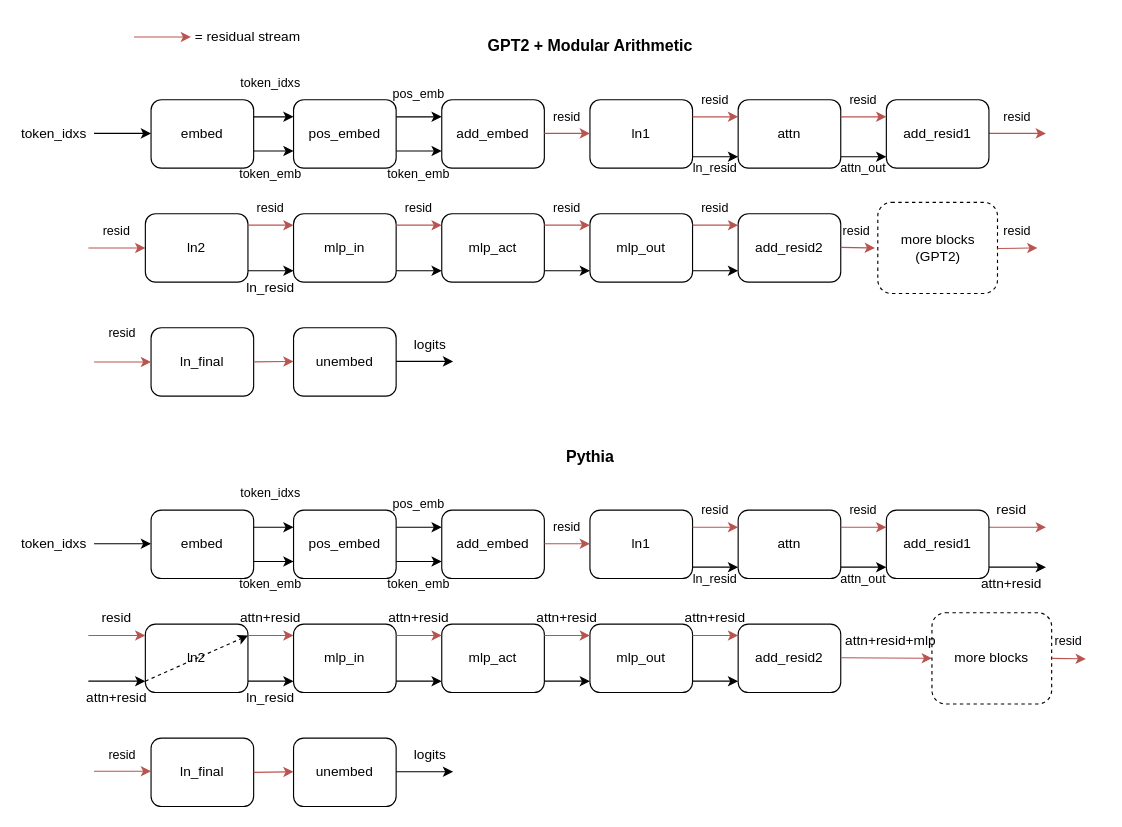
Above: docs/SequentialTransformer.drawio in ApolloResearch/rib (draw.io), before the change. Source tidied: cells renumbered, new cells numbered last; positions are measured from the earlier drawing's top-left corner, leaving out a move shared by most shapes. Both pictures are drawn from the tidied source at 114%, with x=0, y=0 at pixel (19, 19).
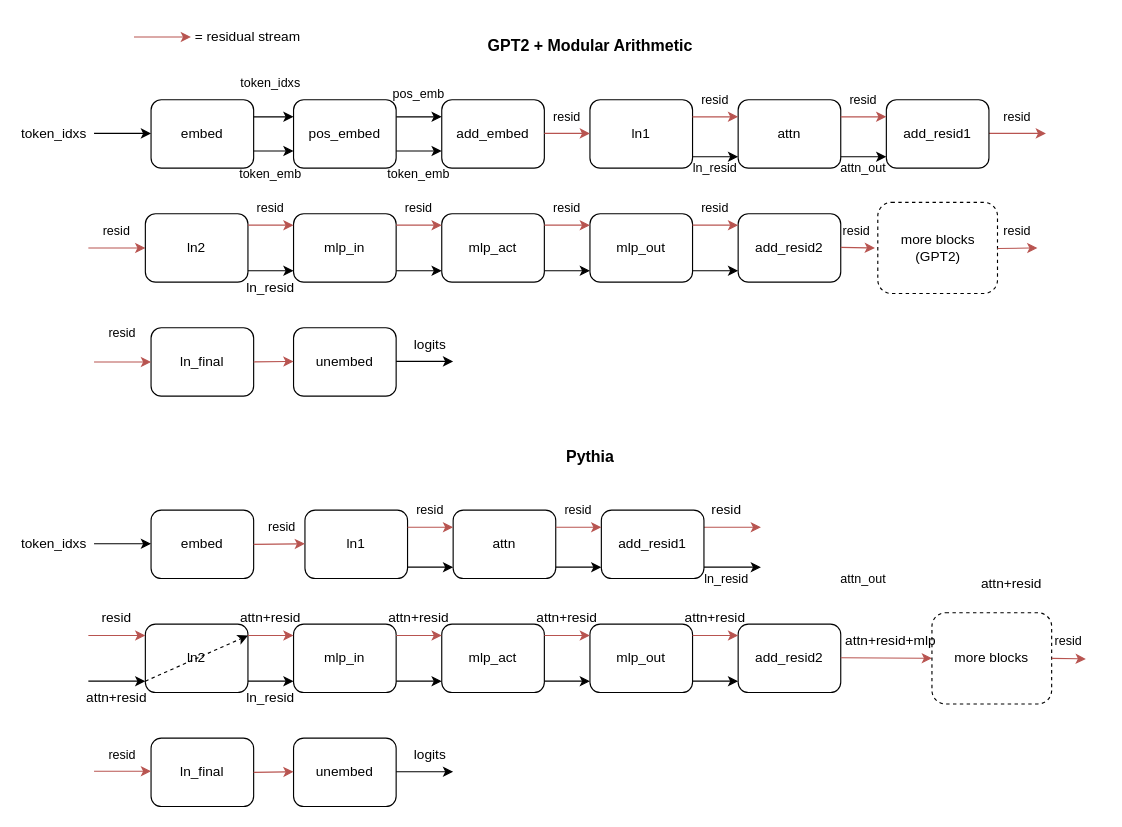
Above is the later version.

Commit message (it also covers changes not shown here):
Remove pos embed from pythia drawing

The change refers to these unchanged cells:
```xml
<mxCell id="55" value="embed" style="rounded=1;whiteSpace=wrap;html=1;" parent="1" vertex="1">
  <mxGeometry x="115" y="430" width="90" height="60" as="geometry" />
</mxCell>
```

Change to the diagram source:
```diff
@@
-    <mxCell id="47" style="endArrow=classic;html=1;rounded=0;" parent="1" edge="1">
-      <mxGeometry relative="1" as="geometry">
-        <mxPoint x="200" y="445" as="sourcePoint" />
-        <mxPoint x="240" y="445" as="targetPoint" />
-      </mxGeometry>
-    </mxCell>
-    <mxCell id="48" style="endArrow=classic;html=1;rounded=0;" parent="1" edge="1">
-      <mxGeometry relative="1" as="geometry">
-        <mxPoint x="200" y="475" as="sourcePoint" />
-        <mxPoint x="240" y="475" as="targetPoint" />
-      </mxGeometry>
-    </mxCell>
@@
-    <mxCell id="50" value="add_embed" style="rounded=1;whiteSpace=wrap;html=1;" parent="1" vertex="1">
-      <mxGeometry x="370" y="430" width="90" height="60" as="geometry" />
-    </mxCell>
-    <mxCell id="51" style="endArrow=classic;html=1;rounded=0;" parent="1" edge="1">
-      <mxGeometry relative="1" as="geometry">
-        <mxPoint x="330" y="475" as="sourcePoint" />
-        <mxPoint x="370" y="475" as="targetPoint" />
-      </mxGeometry>
-    </mxCell>
@@
     <mxCell id="53" value="ln1" style="rounded=1;whiteSpace=wrap;html=1;" parent="1" vertex="1">
-      <mxGeometry x="500" y="430" width="90" height="60" as="geometry" />
+      <mxGeometry x="250" y="430" width="90" height="60" as="geometry" />
     </mxCell>
     <mxCell id="54" value="attn" style="rounded=1;whiteSpace=wrap;html=1;" parent="1" vertex="1">
-      <mxGeometry x="630" y="430" width="90" height="60" as="geometry" />
+      <mxGeometry x="380" y="430" width="90" height="60" as="geometry" />
     </mxCell>
@@
-    <mxCell id="62" style="endArrow=classic;html=1;rounded=0;fillColor=#f8cecc;strokeColor=#b85450;" parent="1" edge="1">
+    <mxCell id="62" style="endArrow=classic;html=1;rounded=0;fillColor=#f8cecc;strokeColor=#b85450;exitX=1;exitY=0.5;exitDx=0;exitDy=0;" parent="1" edge="1" source="55">
       <mxGeometry relative="1" as="geometry">
-        <mxPoint x="460" y="459.5" as="sourcePoint" />
-        <mxPoint x="500" y="459.5" as="targetPoint" />
+        <mxPoint x="250" y="459.5" as="targetPoint" />
       </mxGeometry>
     </mxCell>
     <mxCell id="63" style="endArrow=classic;html=1;rounded=0;fillColor=#f8cecc;strokeColor=#b85450;" parent="1" edge="1">
       <mxGeometry relative="1" as="geometry">
-        <mxPoint x="590" y="445" as="sourcePoint" />
-        <mxPoint x="630" y="445" as="targetPoint" />
+        <mxPoint x="340" y="445" as="sourcePoint" />
+        <mxPoint x="380" y="445" as="targetPoint" />
       </mxGeometry>
     </mxCell>
     <mxCell id="64" style="endArrow=classic;html=1;rounded=0;" parent="1" edge="1">
       <mxGeometry relative="1" as="geometry">
-        <mxPoint x="590" y="480" as="sourcePoint" />
-        <mxPoint x="630" y="480" as="targetPoint" />
+        <mxPoint x="340" y="480" as="sourcePoint" />
+        <mxPoint x="380" y="480" as="targetPoint" />
       </mxGeometry>
     </mxCell>
@@
     <mxCell id="72" style="endArrow=classic;html=1;rounded=0;fillColor=#f8cecc;strokeColor=#b85450;" parent="1" edge="1">
       <mxGeometry relative="1" as="geometry">
-        <mxPoint x="850" y="445" as="sourcePoint" />
-        <mxPoint x="900" y="445" as="targetPoint" />
+        <mxPoint x="600" y="445" as="sourcePoint" />
+        <mxPoint x="650" y="445" as="targetPoint" />
       </mxGeometry>
     </mxCell>
@@
     <mxCell id="75" value="add_resid1" style="rounded=1;whiteSpace=wrap;html=1;" parent="1" vertex="1">
-      <mxGeometry x="760" y="430" width="90" height="60" as="geometry" />
+      <mxGeometry x="510" y="430" width="90" height="60" as="geometry" />
     </mxCell>
     <mxCell id="76" style="endArrow=classic;html=1;rounded=0;fillColor=#f8cecc;strokeColor=#b85450;" parent="1" edge="1">
       <mxGeometry relative="1" as="geometry">
-        <mxPoint x="720" y="445" as="sourcePoint" />
-        <mxPoint x="760" y="445" as="targetPoint" />
+        <mxPoint x="470" y="445" as="sourcePoint" />
+        <mxPoint x="510" y="445" as="targetPoint" />
       </mxGeometry>
     </mxCell>
     <mxCell id="77" style="endArrow=classic;html=1;rounded=0;" parent="1" edge="1">
       <mxGeometry relative="1" as="geometry">
-        <mxPoint x="720" y="480" as="sourcePoint" />
-        <mxPoint x="760" y="480" as="targetPoint" />
+        <mxPoint x="470" y="480" as="sourcePoint" />
+        <mxPoint x="510" y="480" as="targetPoint" />
       </mxGeometry>
     </mxCell>
-    <mxCell id="78" style="endArrow=classic;html=1;rounded=0;" parent="1" edge="1">
-      <mxGeometry relative="1" as="geometry">
-        <mxPoint x="330" y="445" as="sourcePoint" />
-        <mxPoint x="370" y="445" as="targetPoint" />
-      </mxGeometry>
-    </mxCell>
-    <mxCell id="79" value="pos_embed" style="rounded=1;whiteSpace=wrap;html=1;" parent="1" vertex="1">
-      <mxGeometry x="240" y="430" width="90" height="60" as="geometry" />
-    </mxCell>
@@
-    <mxCell id="83" value="&lt;font style=&quot;font-size: 11px;&quot;&gt;token_idxs&lt;/font&gt;" style="text;html=1;strokeColor=none;fillColor=none;align=center;verticalAlign=middle;whiteSpace=wrap;rounded=0;" parent="1" vertex="1">
-      <mxGeometry x="190" y="400" width="60" height="30" as="geometry" />
-    </mxCell>
-    <mxCell id="84" value="&lt;font style=&quot;font-size: 11px;&quot;&gt;token_emb&lt;/font&gt;" style="text;html=1;strokeColor=none;fillColor=none;align=center;verticalAlign=middle;whiteSpace=wrap;rounded=0;" parent="1" vertex="1">
-      <mxGeometry x="190" y="480" width="60" height="30" as="geometry" />
-    </mxCell>
-    <mxCell id="85" value="&lt;font style=&quot;font-size: 11px;&quot;&gt;pos_emb&lt;/font&gt;" style="text;html=1;strokeColor=none;fillColor=none;align=center;verticalAlign=middle;whiteSpace=wrap;rounded=0;" parent="1" vertex="1">
-      <mxGeometry x="320" y="410" width="60" height="30" as="geometry" />
-    </mxCell>
-    <mxCell id="86" value="&lt;font style=&quot;font-size: 11px;&quot;&gt;token_emb&lt;/font&gt;" style="text;html=1;strokeColor=none;fillColor=none;align=center;verticalAlign=middle;whiteSpace=wrap;rounded=0;" parent="1" vertex="1">
-      <mxGeometry x="320" y="480" width="60" height="30" as="geometry" />
-    </mxCell>
@@
     <mxCell id="88" style="endArrow=classic;html=1;rounded=0;" parent="1" edge="1">
       <mxGeometry relative="1" as="geometry">
-        <mxPoint x="850" y="480" as="sourcePoint" />
-        <mxPoint x="900" y="480" as="targetPoint" />
+        <mxPoint x="600" y="480" as="sourcePoint" />
+        <mxPoint x="650" y="480" as="targetPoint" />
       </mxGeometry>
     </mxCell>
@@
     <mxCell id="92" value="resid" style="text;html=1;strokeColor=none;fillColor=none;align=center;verticalAlign=middle;whiteSpace=wrap;rounded=0;" parent="1" vertex="1">
-      <mxGeometry x="840" y="415" width="60" height="30" as="geometry" />
+      <mxGeometry x="590" y="415" width="60" height="30" as="geometry" />
     </mxCell>
@@
     <mxCell id="109" value="&lt;span style=&quot;font-size: 11px;&quot;&gt;resid&lt;/span&gt;" style="text;html=1;strokeColor=none;fillColor=none;align=center;verticalAlign=middle;whiteSpace=wrap;rounded=0;" parent="1" vertex="1">
-      <mxGeometry x="580" y="415" width="60" height="30" as="geometry" />
+      <mxGeometry x="330" y="415" width="60" height="30" as="geometry" />
     </mxCell>
     <mxCell id="110" value="&lt;span style=&quot;font-size: 11px;&quot;&gt;resid&lt;/span&gt;" style="text;html=1;strokeColor=none;fillColor=none;align=center;verticalAlign=middle;whiteSpace=wrap;rounded=0;" parent="1" vertex="1">
-      <mxGeometry x="450" y="430" width="60" height="30" as="geometry" />
+      <mxGeometry x="200" y="430" width="60" height="30" as="geometry" />
     </mxCell>
     <mxCell id="111" value="&lt;span style=&quot;font-size: 11px;&quot;&gt;resid&lt;/span&gt;" style="text;html=1;strokeColor=none;fillColor=none;align=center;verticalAlign=middle;whiteSpace=wrap;rounded=0;" parent="1" vertex="1">
-      <mxGeometry x="710" y="415" width="60" height="30" as="geometry" />
+      <mxGeometry x="460" y="415" width="60" height="30" as="geometry" />
     </mxCell>
     <mxCell id="112" value="&lt;span style=&quot;font-size: 11px;&quot;&gt;ln_resid&lt;/span&gt;" style="text;html=1;strokeColor=none;fillColor=none;align=center;verticalAlign=middle;whiteSpace=wrap;rounded=0;" parent="1" vertex="1">
-      <mxGeometry x="580" y="475" width="60" height="30" as="geometry" />
+      <mxGeometry x="590" y="475" width="60" height="30" as="geometry" />
     </mxCell>
```
